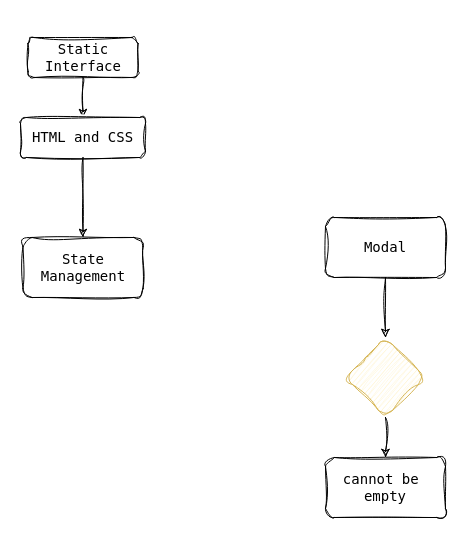
The draw.io diagram page "STEPS" (2 of 2) of design_flowchart.drawio in billybenntt/portfolio-project-5-ip_address_tracker, before the edit. Source tidied: cells renumbered, new cells numbered last; positions are measured from the earlier drawing's top-left corner, leaving out a move shared by most shapes. Both pictures are drawn from the tidied source at 100%, with x=0, y=0 at pixel (20, 37).
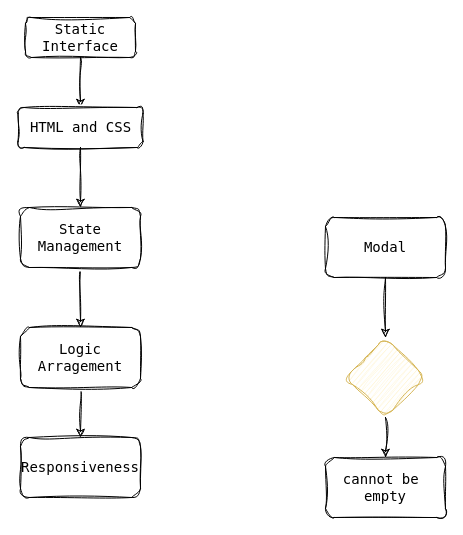
The same page after the edit.

The edit, as a diff of the source:
```diff
@@
 <mxGraphModel>
   <root>
     <mxCell id="0" />
     <mxCell id="1" parent="0" />
     <mxCell id="2" style="edgeStyle=orthogonalEdgeStyle;rounded=0;sketch=1;hachureGap=4;jiggle=2;curveFitting=1;jettySize=auto;html=1;fontFamily=Architects Daughter;fontSize=16;" parent="1" edge="1" source="3" target="5">
       <mxGeometry relative="1" as="geometry" />
     </mxCell>
     <mxCell id="3" value="Static Interface" style="rounded=1;whiteSpace=wrap;html=1;sketch=1;hachureGap=4;jiggle=2;curveFitting=1;fontFamily=Lucida Console;fontSize=14;" parent="1" vertex="1">
-      <mxGeometry x="7.5" width="110" height="40" as="geometry" />
+      <mxGeometry x="5" y="-20" width="110" height="40" as="geometry" />
     </mxCell>
     <mxCell id="4" style="edgeStyle=orthogonalEdgeStyle;rounded=0;sketch=1;hachureGap=4;jiggle=2;curveFitting=1;jettySize=auto;html=1;fontFamily=Architects Daughter;fontSize=16;" parent="1" edge="1" source="5" target="6">
       <mxGeometry relative="1" as="geometry" />
     </mxCell>
     <mxCell id="5" value="HTML and CSS" style="whiteSpace=wrap;html=1;fontSize=14;fontFamily=Lucida Console;rounded=1;sketch=1;hachureGap=4;jiggle=2;curveFitting=1;" parent="1" vertex="1">
-      <mxGeometry y="80" width="125" height="40" as="geometry" />
+      <mxGeometry x="-2.5" y="70" width="125" height="40" as="geometry" />
     </mxCell>
+    <mxCell id="12" style="edgeStyle=orthogonalEdgeStyle;rounded=0;sketch=1;hachureGap=4;jiggle=2;curveFitting=1;jettySize=auto;html=1;fontFamily=Architects Daughter;fontSize=20;fontColor=default;startSize=30;" parent="1" edge="1" source="6" target="14">
+      <mxGeometry relative="1" as="geometry" />
+    </mxCell>
     <mxCell id="6" value="State&lt;br&gt;Management" style="whiteSpace=wrap;html=1;fontSize=14;fontFamily=Lucida Console;rounded=1;sketch=1;hachureGap=4;jiggle=2;curveFitting=1;" parent="1" vertex="1">
-      <mxGeometry x="2.5" y="200" width="120" height="60" as="geometry" />
+      <mxGeometry y="170" width="120" height="60" as="geometry" />
     </mxCell>
     <mxCell id="7" style="edgeStyle=orthogonalEdgeStyle;sketch=1;hachureGap=4;jiggle=2;curveFitting=1;jettySize=auto;html=1;fontFamily=Architects Daughter;fontSize=16;" parent="1" edge="1" source="8" target="10">
       <mxGeometry relative="1" as="geometry" />
     </mxCell>
     <mxCell id="8" value="Modal" style="whiteSpace=wrap;html=1;fontSize=14;fontFamily=Lucida Console;rounded=1;sketch=1;hachureGap=4;jiggle=2;curveFitting=1;" parent="1" vertex="1">
       <mxGeometry x="305" y="180" width="120" height="60" as="geometry" />
     </mxCell>
     <mxCell id="9" style="edgeStyle=orthogonalEdgeStyle;sketch=1;hachureGap=4;jiggle=2;curveFitting=1;jettySize=auto;html=1;fontFamily=Architects Daughter;fontSize=16;" parent="1" edge="1" source="10" target="11">
       <mxGeometry relative="1" as="geometry" />
     </mxCell>
     <mxCell id="10" style="rhombus;whiteSpace=wrap;html=1;fontSize=14;fontFamily=Lucida Console;rounded=1;sketch=1;hachureGap=4;jiggle=2;curveFitting=1;fillColor=#fff2cc;strokeColor=#d6b656;" parent="1" vertex="1">
       <mxGeometry x="325" y="300" width="80" height="80" as="geometry" />
     </mxCell>
     <mxCell id="11" value="cannot be&amp;nbsp;&lt;br&gt;empty" style="whiteSpace=wrap;html=1;fontSize=14;fontFamily=Lucida Console;rounded=1;sketch=1;hachureGap=4;jiggle=2;curveFitting=1;" parent="1" vertex="1">
       <mxGeometry x="305" y="420" width="120" height="60" as="geometry" />
     </mxCell>
+    <mxCell id="13" style="edgeStyle=orthogonalEdgeStyle;rounded=0;sketch=1;hachureGap=4;jiggle=2;curveFitting=1;jettySize=auto;html=1;fontFamily=Architects Daughter;fontSize=20;fontColor=default;startSize=30;" parent="1" edge="1" source="14" target="15">
+      <mxGeometry relative="1" as="geometry" />
+    </mxCell>
+    <mxCell id="14" value="Logic&lt;br&gt;Arragement" style="whiteSpace=wrap;html=1;fontSize=14;fontFamily=Lucida Console;rounded=1;sketch=1;hachureGap=4;jiggle=2;curveFitting=1;" parent="1" vertex="1">
+      <mxGeometry y="290" width="120" height="60" as="geometry" />
+    </mxCell>
+    <mxCell id="15" value="Responsiveness" style="whiteSpace=wrap;html=1;fontSize=14;fontFamily=Lucida Console;rounded=1;sketch=1;hachureGap=4;jiggle=2;curveFitting=1;" parent="1" vertex="1">
+      <mxGeometry y="400" width="120" height="60" as="geometry" />
+    </mxCell>
   </root>
 </mxGraphModel>
```
